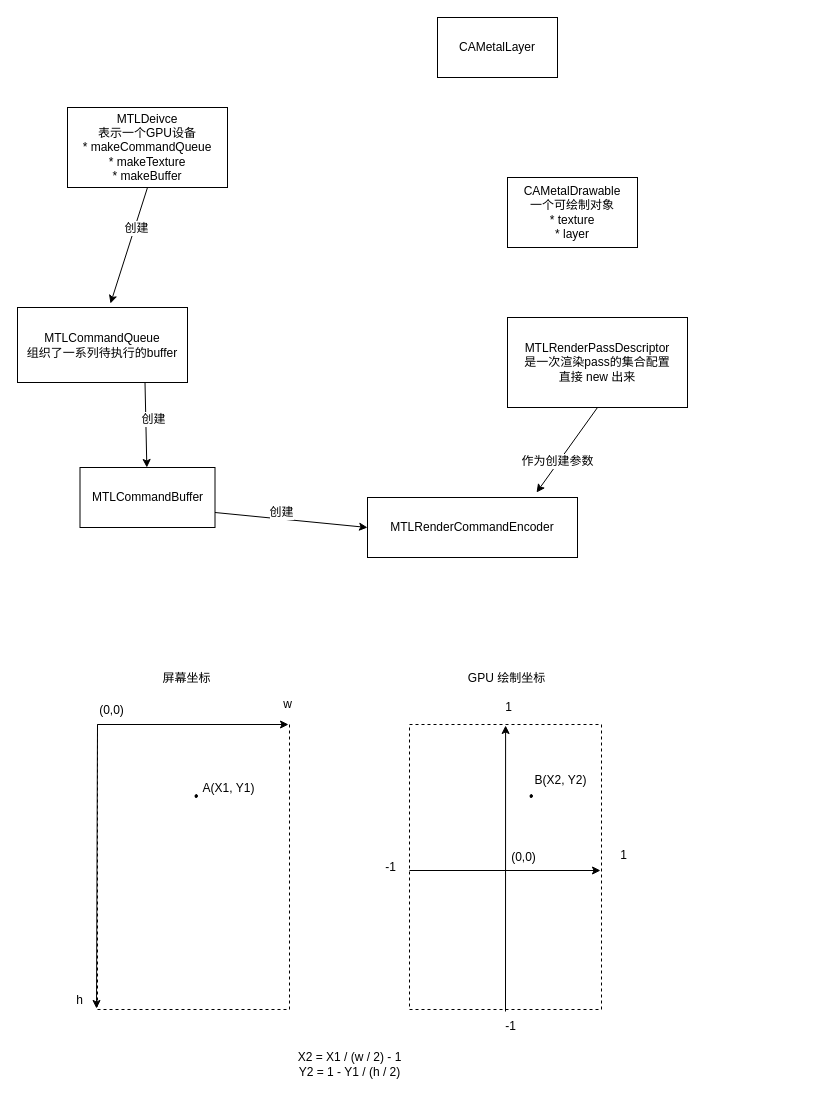
Above: doc/IOS开发/Metal/METAL学习.drawio in krossford/tech-stack (draw.io), before the change. Source tidied: cells renumbered, new cells numbered last; positions are measured from the earlier drawing's top-left corner, leaving out a move shared by most shapes. Both pictures are drawn from the tidied source at 100%, with x=0, y=0 at pixel (17, 17).
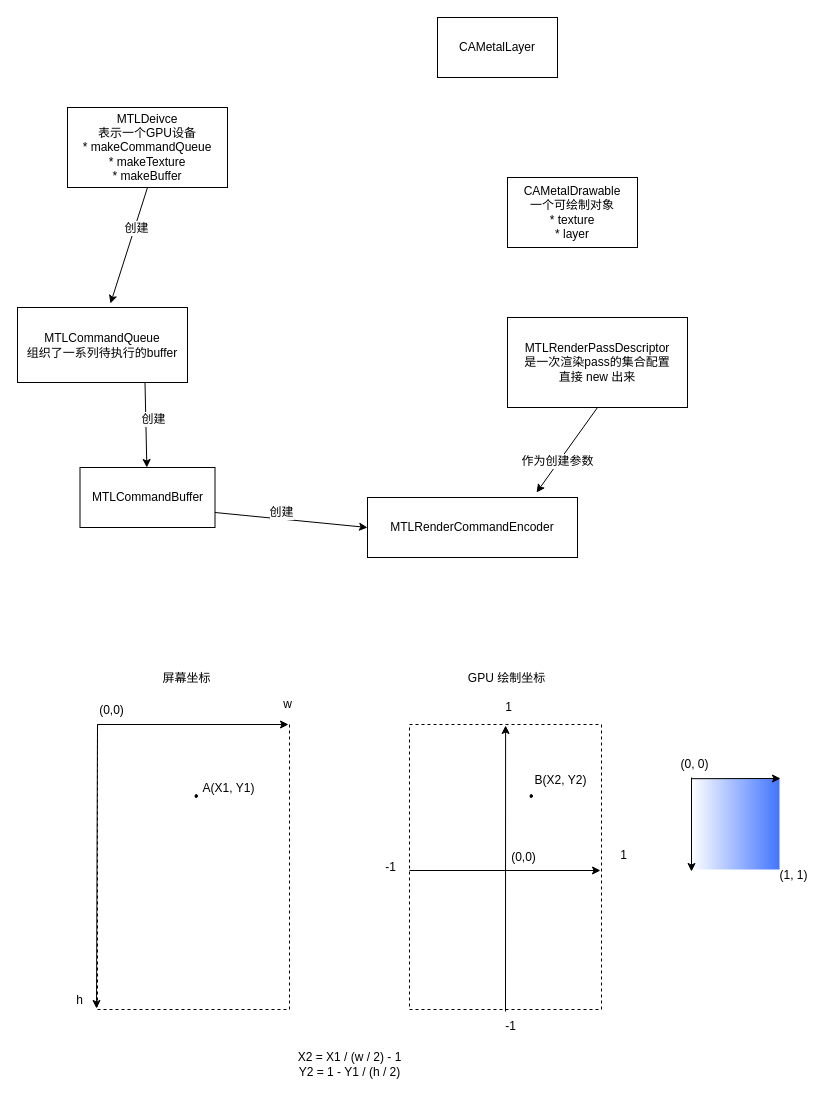
The same diagram, later.

Diff of the diagram source:
```diff
@@
+    <mxCell id="38" style="rounded=0;whiteSpace=wrap;html=1;dashed=1;gradientColor=#4275FF;gradientDirection=east;strokeColor=none;" parent="1" vertex="1">
+      <mxGeometry x="674" y="761" width="88" height="91" as="geometry" />
+    </mxCell>
@@
+    <mxCell id="39" style="endArrow=classic;html=1;" parent="1" edge="1">
+      <mxGeometry relative="1" as="geometry">
+        <mxPoint x="674" y="760" as="sourcePoint" />
+        <mxPoint x="674" y="854" as="targetPoint" />
+      </mxGeometry>
+    </mxCell>
+    <mxCell id="40" style="endArrow=classic;html=1;" parent="1" edge="1">
+      <mxGeometry relative="1" as="geometry">
+        <mxPoint x="674" y="761.2" as="sourcePoint" />
+        <mxPoint x="763" y="761" as="targetPoint" />
+      </mxGeometry>
+    </mxCell>
+    <mxCell id="41" value="(0, 0)" style="text;html=1;align=center;verticalAlign=middle;" parent="1" vertex="1">
+      <mxGeometry x="658" y="738" width="38" height="18" as="geometry" />
+    </mxCell>
+    <mxCell id="42" value="(1, 1)" style="text;html=1;align=center;verticalAlign=middle;" parent="1" vertex="1">
+      <mxGeometry x="757" y="849" width="38" height="18" as="geometry" />
+    </mxCell>
```
